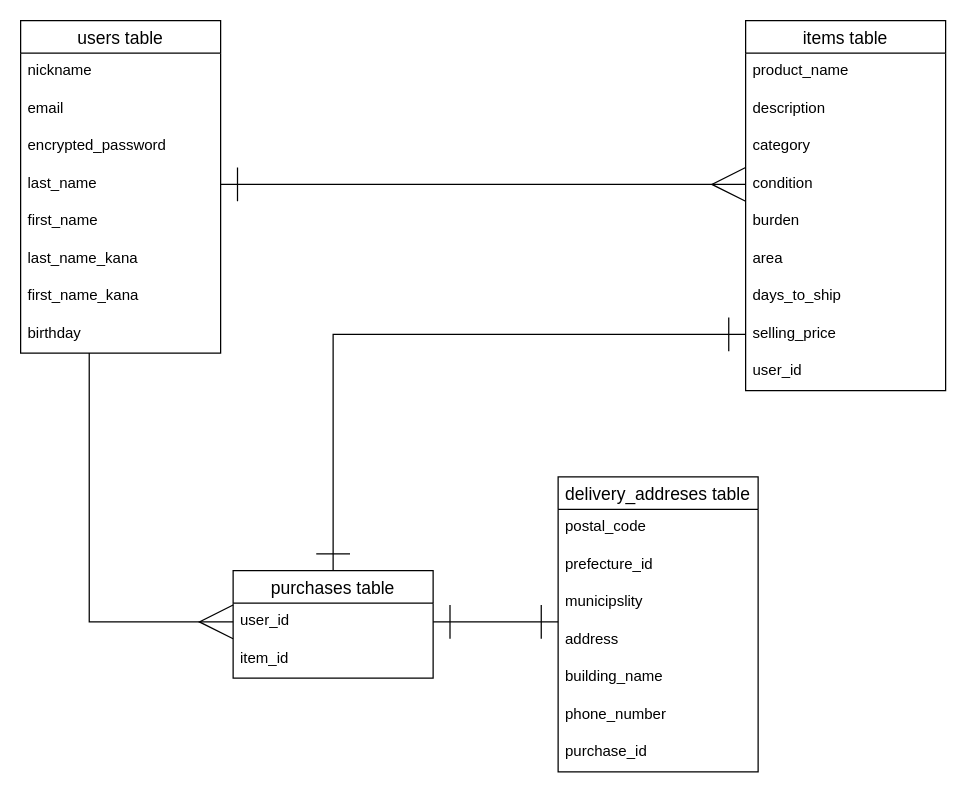
The draw.io diagram furima.dio in ft529y/furima-36416, before the edit. Source tidied: cells renumbered, new cells numbered last; positions are measured from the earlier drawing's top-left corner, leaving out a move shared by most shapes. Both pictures are drawn from the tidied source at 125%, with x=0, y=0 at pixel (20, 20).
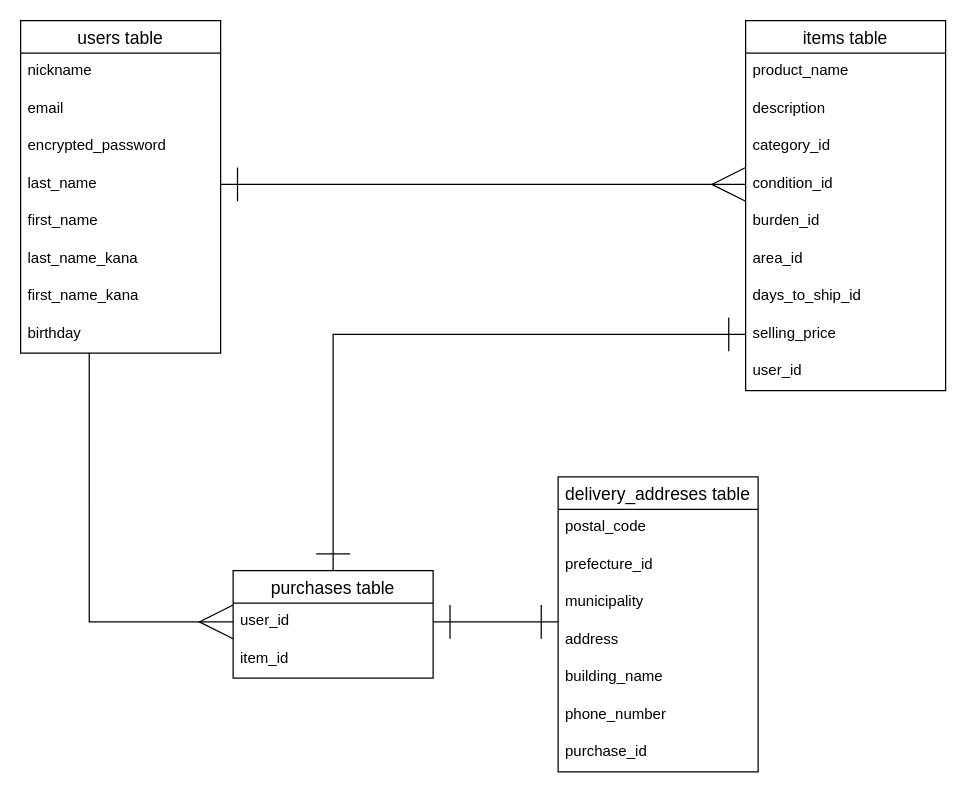
Above is the later version.

Commit message (it also covers changes not shown here):
設計図修正

Unchanged cells that the change refers to:
```xml
<mxCell id="2" value="items table" style="swimlane;fontStyle=0;horizontal=1;startSize=26;align=center;fontSize=14;" parent="1" vertex="1">
  <mxGeometry x="580" width="160" height="296" as="geometry" />
</mxCell>
<mxCell id="24" value="delivery_addreses table" style="swimlane;fontStyle=0;horizontal=1;startSize=26;align=center;fontSize=14;" parent="1" vertex="1">
  <mxGeometry x="430" y="365" width="160" height="236" as="geometry" />
</mxCell>
```

Diff of the diagram source:
```diff
@@
-    <mxCell id="5" value="category" style="text;strokeColor=none;fillColor=none;spacingLeft=4;spacingRight=4;overflow=hidden;fontSize=12;" parent="2" vertex="1">
+    <mxCell id="5" value="category_id" style="text;strokeColor=none;fillColor=none;spacingLeft=4;spacingRight=4;overflow=hidden;fontSize=12;" parent="2" vertex="1">
       <mxGeometry y="86" width="160" height="30" as="geometry" />
     </mxCell>
-    <mxCell id="6" value="condition" style="text;strokeColor=none;fillColor=none;spacingLeft=4;spacingRight=4;overflow=hidden;points=[[0,0.5],[1,0.5]];portConstraint=eastwest;fontSize=12;" parent="2" vertex="1">
+    <mxCell id="6" value="condition_id" style="text;strokeColor=none;fillColor=none;spacingLeft=4;spacingRight=4;overflow=hidden;points=[[0,0.5],[1,0.5]];portConstraint=eastwest;fontSize=12;" parent="2" vertex="1">
       <mxGeometry y="116" width="160" height="30" as="geometry" />
     </mxCell>
-    <mxCell id="7" value="burden" style="text;strokeColor=none;fillColor=none;spacingLeft=4;spacingRight=4;overflow=hidden;fontSize=12;" parent="2" vertex="1">
+    <mxCell id="7" value="burden_id" style="text;strokeColor=none;fillColor=none;spacingLeft=4;spacingRight=4;overflow=hidden;fontSize=12;" parent="2" vertex="1">
       <mxGeometry y="146" width="160" height="30" as="geometry" />
     </mxCell>
-    <mxCell id="8" value="area" style="text;strokeColor=none;fillColor=none;spacingLeft=4;spacingRight=4;overflow=hidden;fontSize=12;" parent="2" vertex="1">
+    <mxCell id="8" value="area_id" style="text;strokeColor=none;fillColor=none;spacingLeft=4;spacingRight=4;overflow=hidden;fontSize=12;" parent="2" vertex="1">
       <mxGeometry y="176" width="160" height="30" as="geometry" />
     </mxCell>
-    <mxCell id="9" value="days_to_ship&#10;" style="text;strokeColor=none;fillColor=none;spacingLeft=4;spacingRight=4;overflow=hidden;fontSize=12;" parent="2" vertex="1">
+    <mxCell id="9" value="days_to_ship_id" style="text;strokeColor=none;fillColor=none;spacingLeft=4;spacingRight=4;overflow=hidden;fontSize=12;" parent="2" vertex="1">
       <mxGeometry y="206" width="160" height="30" as="geometry" />
     </mxCell>
@@
-    <mxCell id="27" value="municipslity" style="text;strokeColor=none;fillColor=none;spacingLeft=4;spacingRight=4;overflow=hidden;fontSize=12;" parent="24" vertex="1">
+    <mxCell id="27" value="municipality" style="text;strokeColor=none;fillColor=none;spacingLeft=4;spacingRight=4;overflow=hidden;fontSize=12;" parent="24" vertex="1">
       <mxGeometry y="86" width="160" height="30" as="geometry" />
     </mxCell>
```
